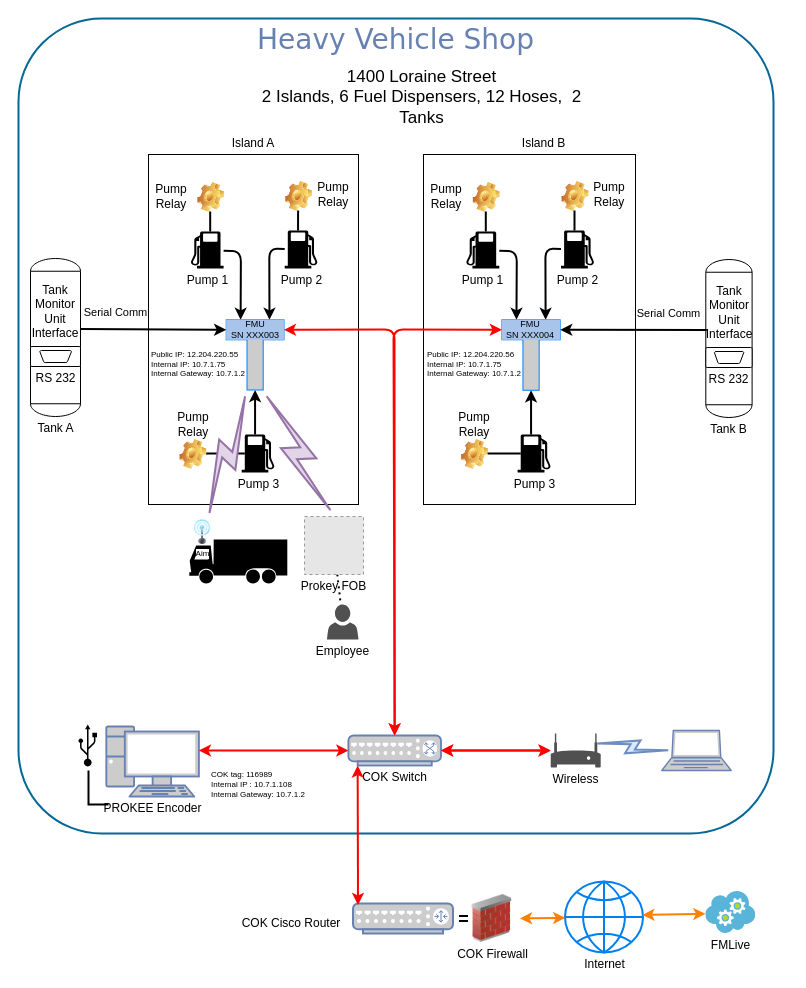
rpwaltz/FleetServices keeps this draw.io diagram as page "Page-3" (3 of 5) of Diagrams/FMLiveKCGHardwareDia.drawio. Above is the earlier version. Source tidied: cells renumbered, new cells numbered last; positions are measured from the earlier drawing's top-left corner, leaving out a move shared by most shapes. Both pictures are drawn from the tidied source at 100%, with x=0, y=0 at pixel (18, 18). Pictures stored in the file or linked from it are replaced by grey dashed boxes.
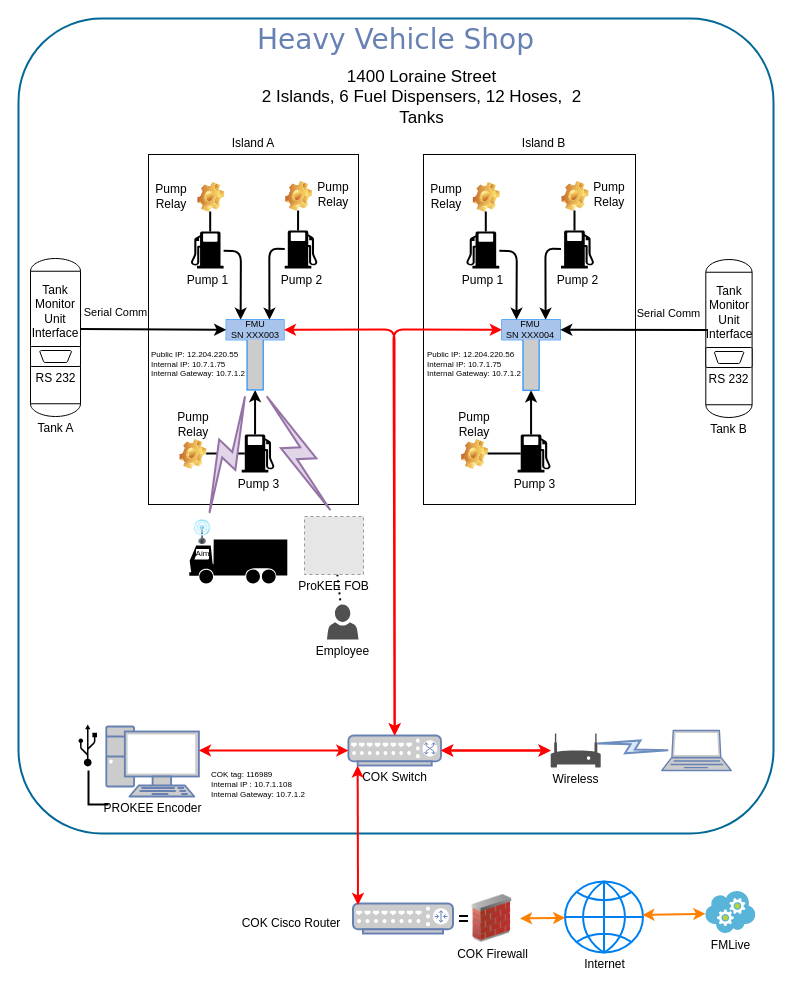
Above is the later version.

Unchanged cells that the change refers to:
```xml
<mxCell id="2" style="group;" parent="1" vertex="1">
  <mxGeometry width="770.2" height="934" as="geometry" />
</mxCell>
```

What changed in the source:
```diff
@@
-    <mxCell id="56" value="Prokey FOB" style="fillColor=#E6E6E6;strokeColor=#999999;dashed=1;verticalLabelPosition=bottom;verticalAlign=top;spacing=0;" parent="2" vertex="1">
+    <mxCell id="56" value="ProKEE FOB" style="fillColor=#E6E6E6;strokeColor=#999999;dashed=1;verticalLabelPosition=bottom;verticalAlign=top;spacing=0;" parent="2" vertex="1">
       <mxGeometry x="286" y="498" width="59" height="58" as="geometry" />
     </mxCell>
```
